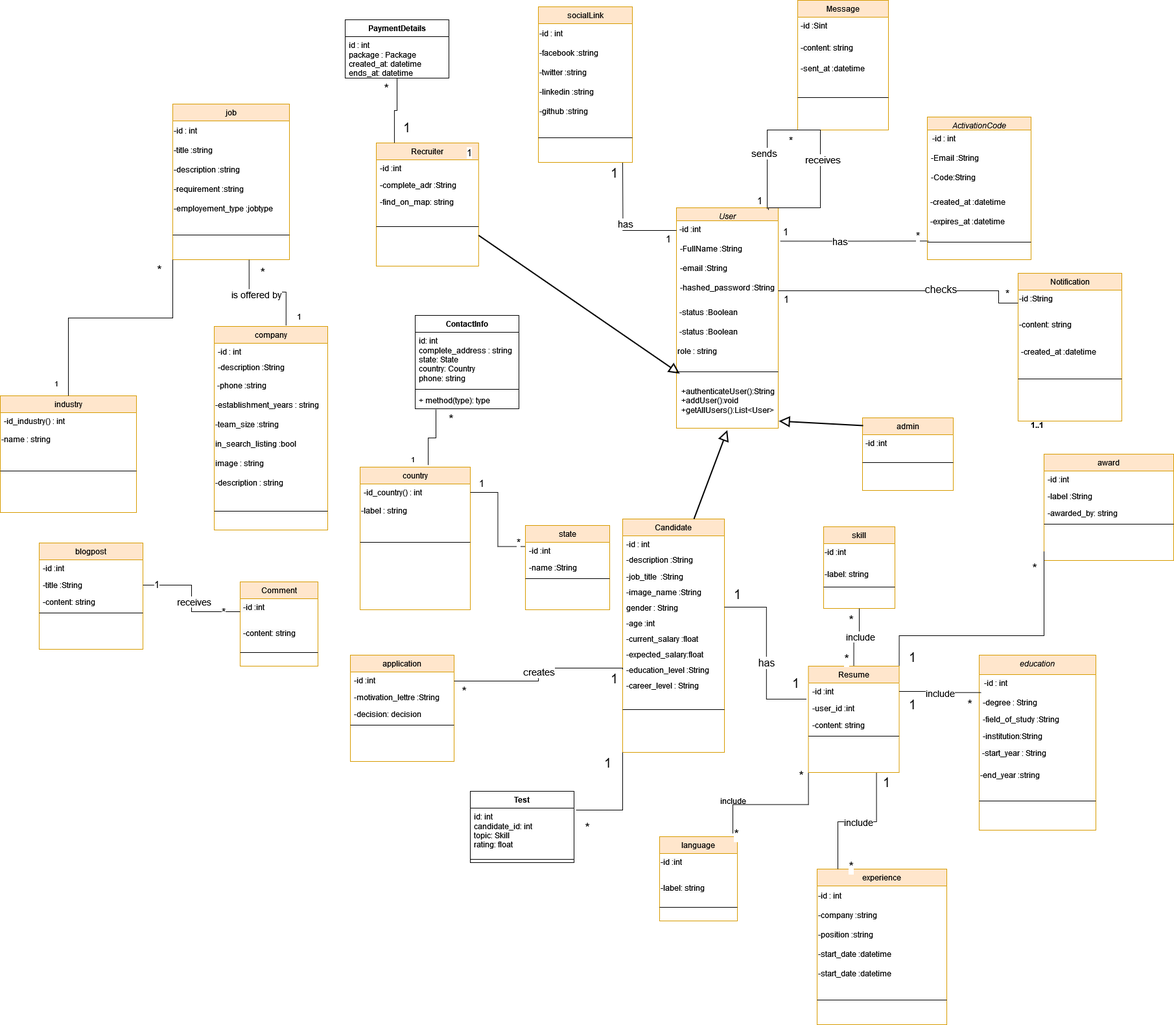
Earlier version of the draw.io export class diagram.drawio.png (chirine1/-project). Source tidied: cells renumbered, new cells last; positions are measured from the earlier drawing's top-left corner, leaving out a move shared by most shapes.
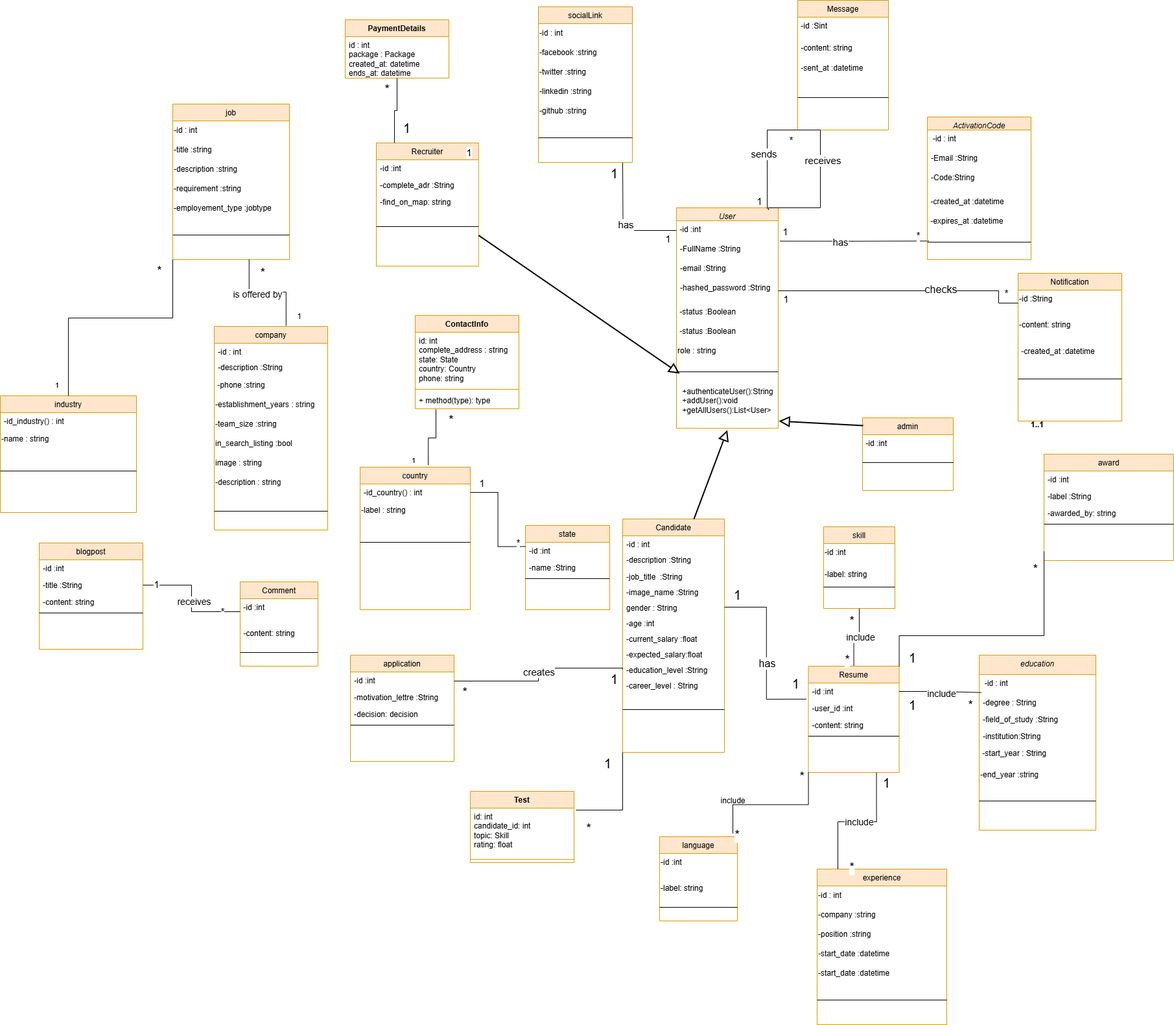
The same diagram one commit later.

Commit message:
Mettre à jour class diagram.drawio.png

The edit, as a diff of the source:
```diff
@@ -621,7 +621,7 @@
         <mxPoint x="-15" y="-10" as="offset" />
       </mxGeometry>
     </mxCell>
-    <mxCell id="178" value="PaymentDetails" style="swimlane;fontStyle=1;align=center;verticalAlign=top;horizontal=1;startSize=26;whiteSpace=wrap;html=1;" parent="1" vertex="1">
+    <mxCell id="178" value="PaymentDetails" style="swimlane;fontStyle=1;align=center;verticalAlign=top;horizontal=1;startSize=26;whiteSpace=wrap;html=1;fillColor=#ffe6cc;strokeColor=#d79b00;" parent="1" vertex="1">
       <mxGeometry x="532" y="30" width="160" height="90" as="geometry" />
     </mxCell>
     <mxCell id="179" value="&lt;div&gt;id : int&lt;/div&gt;&lt;div&gt;package : Package&lt;/div&gt;&lt;div&gt;created_at: datetime&lt;/div&gt;&lt;div&gt;ends_at: datetime&lt;br&gt;&lt;/div&gt;" style="text;strokeColor=none;fillColor=none;align=left;verticalAlign=top;spacingLeft=4;spacingRight=4;overflow=hidden;whiteSpace=wrap;html=1;" parent="178" vertex="1">
@@ -633,7 +633,7 @@
     <mxCell id="181" style="endArrow=block;endFill=0;endSize=12;html=1;rounded=0;strokeWidth=2;entryX=1.006;entryY=0.843;entryDx=0;entryDy=0;entryPerimeter=0;exitX=0.007;exitY=0.107;exitDx=0;exitDy=0;exitPerimeter=0;" parent="1" edge="1" source="84" target="17">
       <mxGeometry relative="1" as="geometry" />
     </mxCell>
-    <mxCell id="182" value="&lt;div&gt;Test&lt;/div&gt;&lt;div&gt;&lt;br&gt;&lt;/div&gt;" style="swimlane;fontStyle=1;align=center;verticalAlign=top;horizontal=1;startSize=26;whiteSpace=wrap;html=1;" parent="1" vertex="1">
+    <mxCell id="182" value="&lt;div&gt;Test&lt;/div&gt;&lt;div&gt;&lt;br&gt;&lt;/div&gt;" style="swimlane;fontStyle=1;align=center;verticalAlign=top;horizontal=1;startSize=26;whiteSpace=wrap;html=1;fillColor=#ffe6cc;strokeColor=#d79b00;" parent="1" vertex="1">
       <mxGeometry x="725" y="1220" width="160" height="110" as="geometry" />
     </mxCell>
     <mxCell id="183" value="&lt;div&gt;id: int&lt;/div&gt;&lt;div&gt;candidate_id: int&lt;/div&gt;&lt;div&gt;topic: Skill&lt;/div&gt;&lt;div&gt;rating: float&lt;/div&gt;&lt;div&gt;&lt;br&gt;&lt;/div&gt;" style="text;strokeColor=none;fillColor=none;align=left;verticalAlign=top;spacingLeft=4;spacingRight=4;overflow=hidden;points=[[0,0.5],[1,0.5]];portConstraint=eastwest;whiteSpace=wrap;html=1;" parent="182" vertex="1">
@@ -655,7 +655,7 @@
         <mxPoint x="22" y="41" as="offset" />
       </mxGeometry>
     </mxCell>
-    <mxCell id="188" value="&lt;div&gt;ContactInfo&lt;/div&gt;&lt;div&gt;&lt;br&gt;&lt;/div&gt;" style="swimlane;fontStyle=1;align=center;verticalAlign=top;horizontal=1;startSize=26;whiteSpace=wrap;html=1;" parent="1" vertex="1">
+    <mxCell id="188" value="&lt;div&gt;ContactInfo&lt;/div&gt;&lt;div&gt;&lt;br&gt;&lt;/div&gt;" style="swimlane;fontStyle=1;align=center;verticalAlign=top;horizontal=1;startSize=26;whiteSpace=wrap;html=1;fillColor=#ffe6cc;strokeColor=#d79b00;" parent="1" vertex="1">
       <mxGeometry x="640" y="486" width="160" height="144" as="geometry" />
     </mxCell>
     <mxCell id="189" value="&lt;div&gt;id: int&lt;/div&gt;&lt;div&gt;complete_address : string&lt;/div&gt;&lt;div&gt;state: State&lt;/div&gt;&lt;div&gt;country: Country&lt;/div&gt;&lt;div&gt;phone: string&lt;br&gt;&lt;/div&gt;" style="text;strokeColor=none;fillColor=none;align=left;verticalAlign=top;spacingLeft=4;spacingRight=4;overflow=hidden;whiteSpace=wrap;html=1;" parent="188" vertex="1">
```
